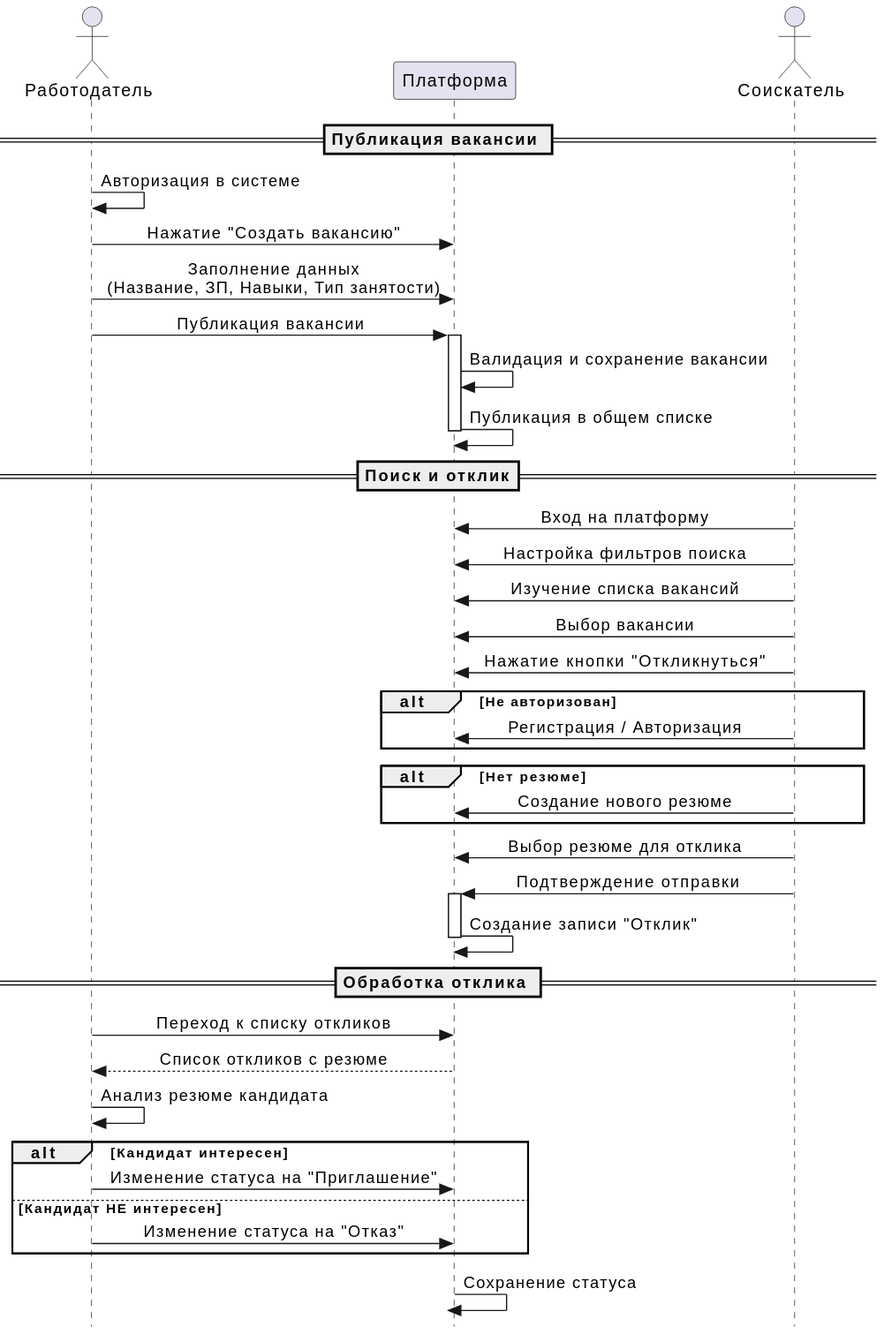
Above: docs/img/sequence.svg in ofdun/JobFinder (PlantUML), before the change. Its diagram source:
```plantuml
@startuml
skinparam Style strictuml
skinparam SequenceMessageAlignment center

actor "Работодатель" as Employer
participant "Платформа" as Platform
actor "Соискатель" as Candidate

== Публикация вакансии ==

Employer -> Employer: Авторизация в системе
Employer -> Platform: Нажатие "Создать вакансию"
Employer -> Platform: Заполнение данных\n(Название, ЗП, Навыки, Тип занятости)
Employer -> Platform: Публикация вакансии
activate Platform
Platform -> Platform: Валидация и сохранение вакансии
Platform -> Platform: Публикация в общем списке
deactivate Platform

==Поиск и отклик==

Candidate -> Platform: Вход на платформу
Candidate -> Platform: Настройка фильтров поиска
Candidate -> Platform: Изучение списка вакансий
Candidate -> Platform: Выбор вакансии
Candidate -> Platform: Нажатие кнопки "Откликнуться"

alt Не авторизован
    Candidate -> Platform: Регистрация / Авторизация
end

alt Нет резюме
    Candidate -> Platform: Создание нового резюме
end

Candidate -> Platform: Выбор резюме для отклика
Candidate -> Platform: Подтверждение отправки
activate Platform
Platform -> Platform: Создание записи "Отклик"
deactivate Platform

== Обработка отклика ==

Employer -> Platform: Переход к списку откликов
Platform --> Employer: Список откликов с резюме
Employer -> Employer: Анализ резюме кандидата

alt Кандидат интересен
    Employer -> Platform: Изменение статуса на "Приглашение"
else Кандидат НЕ интересен
    Employer -> Platform: Изменение статуса на "Отказ"
end

activate Platform
Platform -> Platform: Сохранение статуса
deactivate Platform
@enduml
```
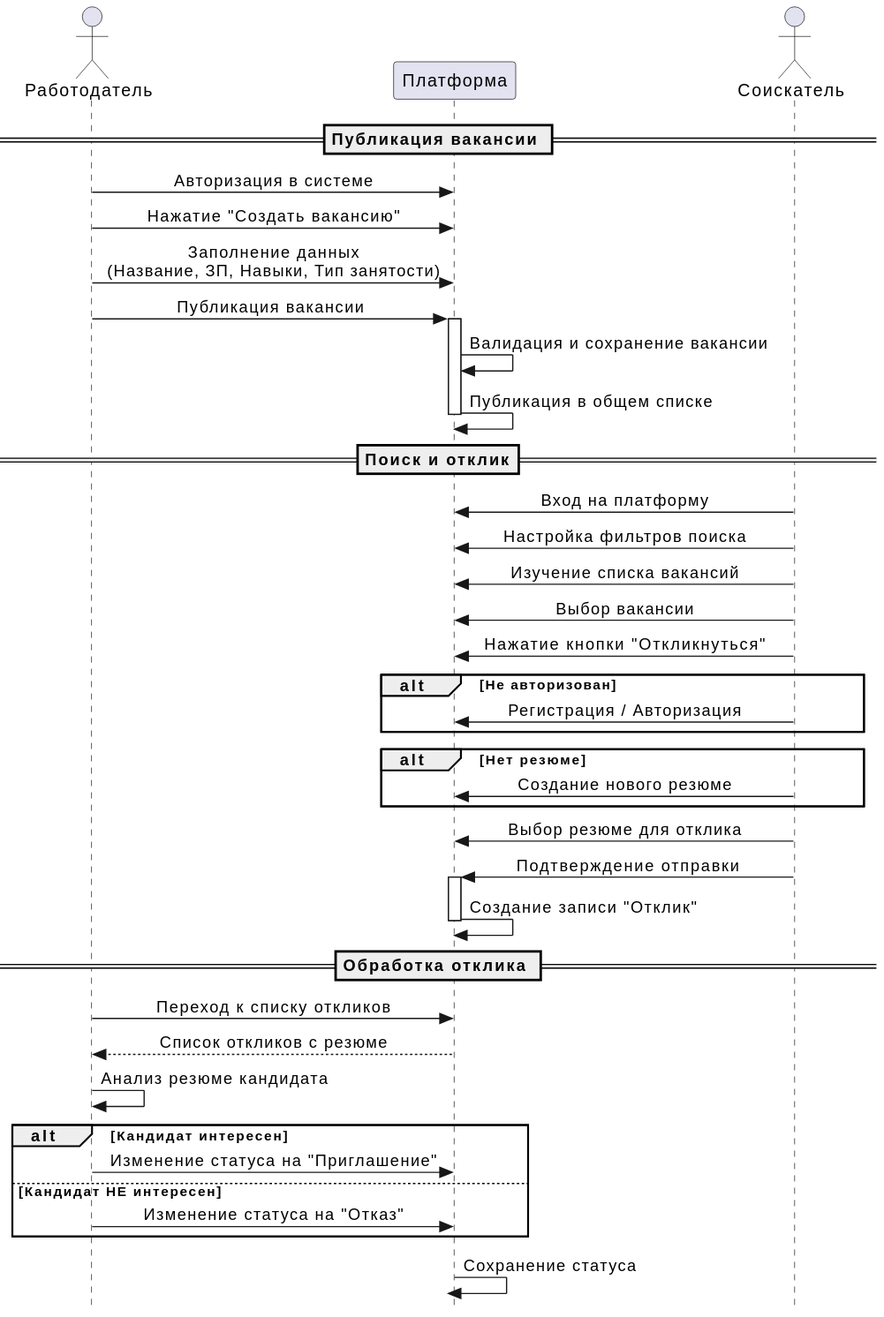
Later version of the same file.

The edit, as a diff of the source:
```diff
@@ -8,7 +8,7 @@
 
 == Публикация вакансии ==
 
-Employer -> Employer: Авторизация в системе
+Employer -> Platform: Авторизация в системе
 Employer -> Platform: Нажатие "Создать вакансию"
 Employer -> Platform: Заполнение данных\n(Название, ЗП, Навыки, Тип занятости)
 Employer -> Platform: Публикация вакансии
```
